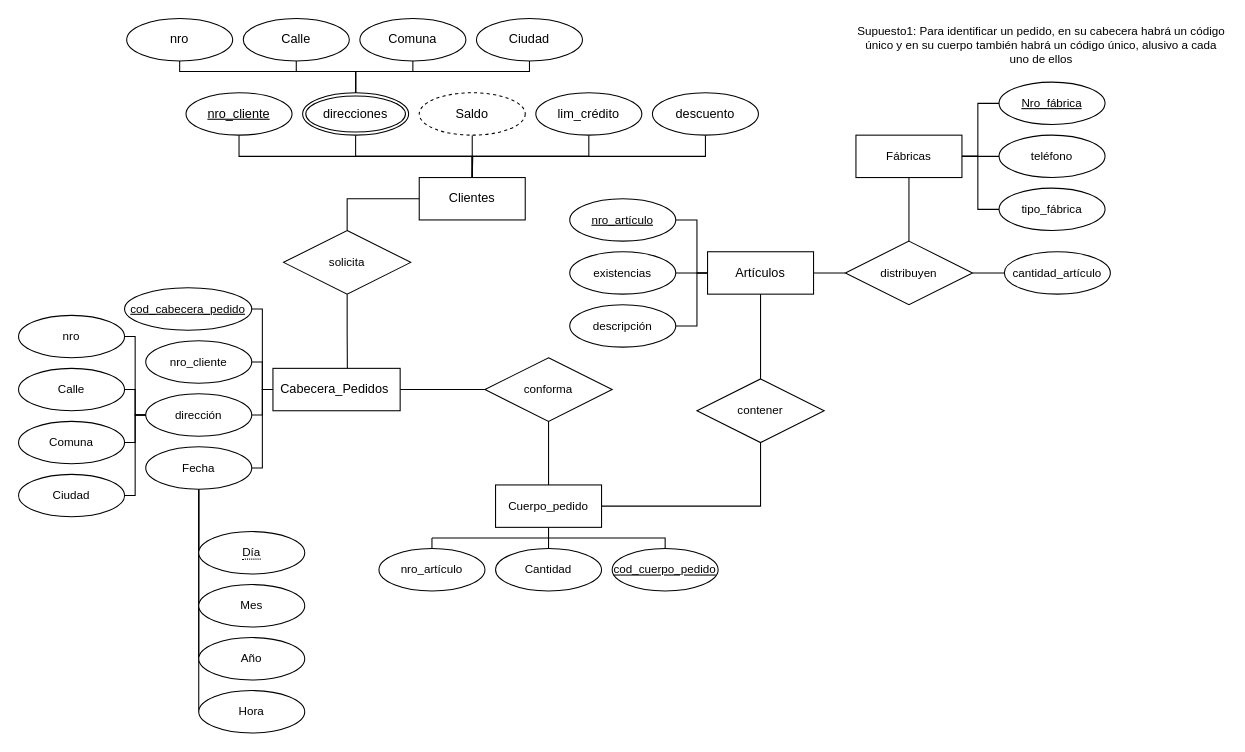
Above: Ventas-C09.drawio in Titosky21/Diagramas_E-R (draw.io), before the change. Source tidied: cells renumbered, new cells numbered last; positions are measured from the earlier drawing's top-left corner, leaving out a move shared by most shapes. Both pictures are drawn from the tidied source at 106%, with x=0, y=0 at pixel (18, 18).
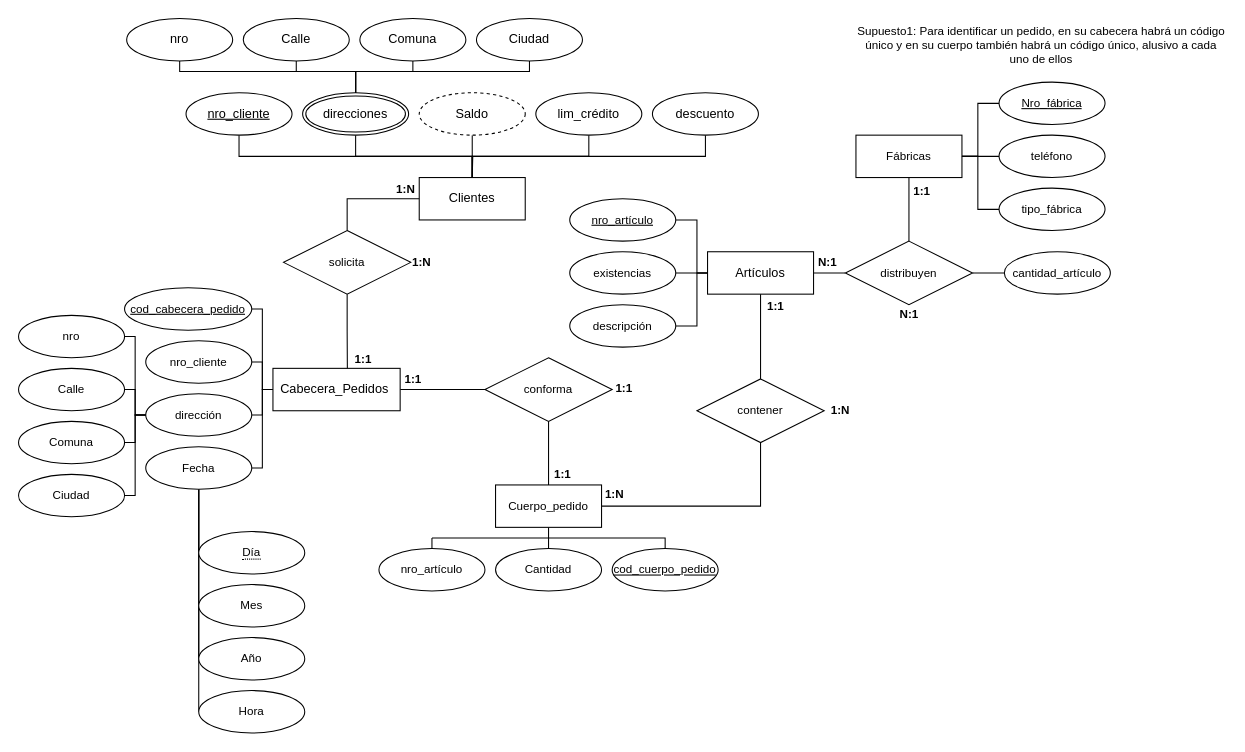
Above is the later version.

Change to the diagram source:
```diff
@@
+    <mxCell id="82" value="1:N" style="text;html=1;align=center;verticalAlign=middle;strokeColor=none;fillColor=none;fontSize=11;fontStyle=1;" parent="1" vertex="1">
+      <mxGeometry x="360" y="215" width="40" height="30" as="geometry" />
+    </mxCell>
+    <mxCell id="83" value="1:N" style="text;html=1;align=center;verticalAlign=middle;strokeColor=none;fillColor=none;fontSize=11;fontStyle=1;" parent="1" vertex="1">
+      <mxGeometry x="755" y="355" width="40" height="30" as="geometry" />
+    </mxCell>
+    <mxCell id="84" value="N:1" style="text;html=1;align=center;verticalAlign=middle;strokeColor=none;fillColor=none;fontSize=11;fontStyle=1;" parent="1" vertex="1">
+      <mxGeometry x="820" y="264" width="40" height="30" as="geometry" />
+    </mxCell>
+    <mxCell id="85" value="&lt;font style=&quot;font-size: 11px;&quot;&gt;1:N&lt;/font&gt;" style="text;html=1;align=center;verticalAlign=middle;strokeColor=none;fillColor=none;fontSize=16;fontStyle=1;" parent="1" vertex="1">
+      <mxGeometry x="345" y="144" width="40" height="30" as="geometry" />
+    </mxCell>
+    <mxCell id="86" value="&lt;span style=&quot;font-size: 11px;&quot;&gt;&lt;b&gt;1:1&lt;/b&gt;&lt;/span&gt;" style="text;html=1;align=center;verticalAlign=middle;strokeColor=none;fillColor=none;fontSize=16;" parent="1" vertex="1">
+      <mxGeometry x="305" y="304" width="40" height="30" as="geometry" />
+    </mxCell>
+    <mxCell id="87" value="&lt;b&gt;1:1&lt;/b&gt;" style="text;html=1;align=center;verticalAlign=middle;strokeColor=none;fillColor=none;fontSize=11;" parent="1" vertex="1">
+      <mxGeometry x="352" y="325" width="40" height="30" as="geometry" />
+    </mxCell>
+    <mxCell id="88" value="1:1" style="text;html=1;align=center;verticalAlign=middle;strokeColor=none;fillColor=none;fontSize=11;fontStyle=1;" parent="1" vertex="1">
+      <mxGeometry x="493" y="415" width="40" height="30" as="geometry" />
+    </mxCell>
+    <mxCell id="89" value="1:1" style="text;html=1;align=center;verticalAlign=middle;strokeColor=none;fillColor=none;fontSize=11;fontStyle=1;" parent="1" vertex="1">
+      <mxGeometry x="551" y="334" width="40" height="30" as="geometry" />
+    </mxCell>
+    <mxCell id="90" value="1:N" style="text;html=1;align=center;verticalAlign=middle;strokeColor=none;fillColor=none;fontSize=11;fontStyle=1;" parent="1" vertex="1">
+      <mxGeometry x="542" y="434" width="40" height="30" as="geometry" />
+    </mxCell>
+    <mxCell id="91" value="&lt;span style=&quot;font-size: 11px;&quot;&gt;&lt;span&gt;1:1&lt;/span&gt;&lt;/span&gt;" style="text;html=1;align=center;verticalAlign=middle;strokeColor=none;fillColor=none;fontSize=16;fontStyle=1;" parent="1" vertex="1">
+      <mxGeometry x="694" y="254" width="40" height="30" as="geometry" />
+    </mxCell>
+    <mxCell id="92" value="N:1" style="text;html=1;align=center;verticalAlign=middle;strokeColor=none;fillColor=none;fontSize=11;fontStyle=1;" parent="1" vertex="1">
+      <mxGeometry x="743" y="215" width="40" height="30" as="geometry" />
+    </mxCell>
+    <mxCell id="93" value="1:1" style="text;html=1;align=center;verticalAlign=middle;strokeColor=none;fillColor=none;fontSize=11;fontStyle=1;" parent="1" vertex="1">
+      <mxGeometry x="832" y="148" width="40" height="30" as="geometry" />
+    </mxCell>
```
